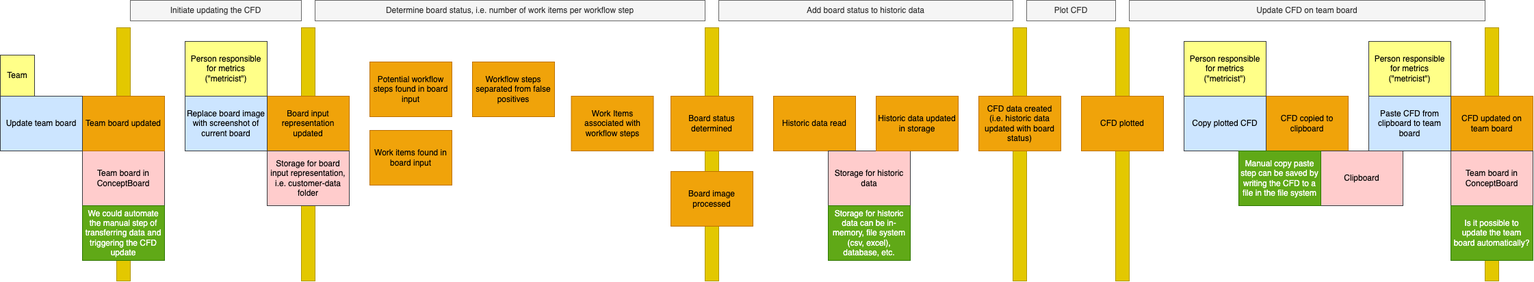
wonderbird/kanban_metrics keeps this draw.io diagram as docs/02_refine_subdomains.png. Above is the earlier version. Source tidied: cells renumbered, new cells last; positions are measured from the earlier drawing's top-left corner, leaving out a move shared by most shapes.
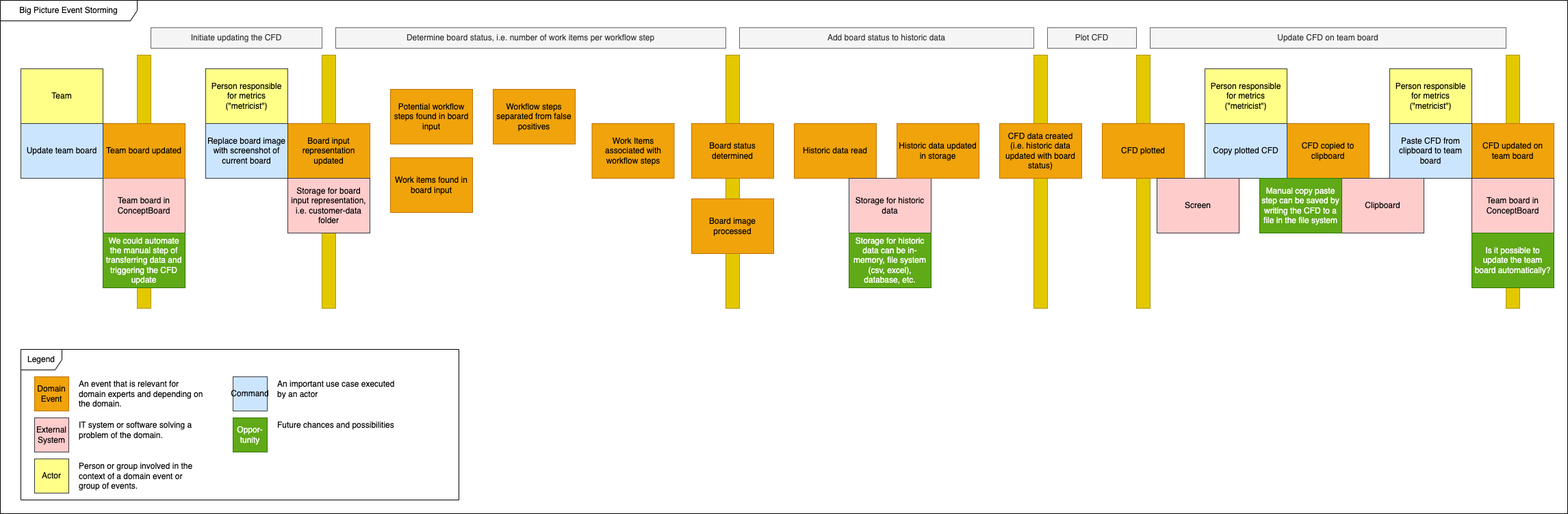
The same diagram one commit later.

Commit message:
docs: refine the big picture event storming

Change to the diagram source:
```diff
@@ -81,7 +81,7 @@
       <mxGeometry x="120" y="140" width="120" height="80" as="geometry" />
     </mxCell>
     <mxCell id="28" value="Team" style="rounded=0;whiteSpace=wrap;html=1;fillColor=#ffff88;strokeColor=#36393d;fontColor=#000000;" parent="1" vertex="1">
-      <mxGeometry y="80" width="50" height="60" as="geometry" />
+      <mxGeometry y="60" width="120" height="80" as="geometry" />
     </mxCell>
     <mxCell id="29" value="Update team board" style="rounded=0;whiteSpace=wrap;html=1;fillColor=#cce5ff;strokeColor=#36393d;fontColor=#000000;" parent="1" vertex="1">
       <mxGeometry y="140" width="120" height="80" as="geometry" />
@@ -128,5 +128,44 @@
     <mxCell id="43" value="Is it possible to update the team board automatically?" style="rounded=0;whiteSpace=wrap;html=1;fillColor=#60a917;strokeColor=#2D7600;fontColor=#ffffff;" parent="1" vertex="1">
       <mxGeometry x="2120" y="300" width="120" height="80" as="geometry" />
     </mxCell>
+    <mxCell id="44" value="Screen" style="rounded=0;whiteSpace=wrap;html=1;fillColor=#ffcccc;strokeColor=#36393d;fontColor=#000000;" parent="1" vertex="1">
+      <mxGeometry x="1660" y="220" width="120" height="80" as="geometry" />
+    </mxCell>
+    <mxCell id="45" value="Legend" style="shape=umlFrame;whiteSpace=wrap;html=1;" parent="1" vertex="1">
+      <mxGeometry y="470" width="640" height="220" as="geometry" />
+    </mxCell>
+    <mxCell id="46" value="Actor" style="rounded=0;whiteSpace=wrap;html=1;fillColor=#ffff88;strokeColor=#36393d;fontColor=#000000;" parent="1" vertex="1">
+      <mxGeometry x="20" y="630" width="50" height="50" as="geometry" />
+    </mxCell>
+    <mxCell id="47" value="Command" style="rounded=0;whiteSpace=wrap;html=1;fillColor=#cce5ff;strokeColor=#36393d;fontColor=#000000;" parent="1" vertex="1">
+      <mxGeometry x="310" y="510" width="50" height="50" as="geometry" />
+    </mxCell>
+    <mxCell id="48" value="Domain Event" style="rounded=0;whiteSpace=wrap;html=1;fillColor=#f0a30a;fontColor=#000000;strokeColor=#BD7000;" parent="1" vertex="1">
+      <mxGeometry x="20" y="510" width="50" height="50" as="geometry" />
+    </mxCell>
+    <mxCell id="49" value="External System" style="rounded=0;whiteSpace=wrap;html=1;fillColor=#ffcccc;strokeColor=#36393d;fontColor=#000000;" parent="1" vertex="1">
+      <mxGeometry x="20" y="570" width="50" height="50" as="geometry" />
+    </mxCell>
+    <mxCell id="50" value="Oppor-tunity" style="rounded=0;whiteSpace=wrap;html=1;fillColor=#60a917;strokeColor=#2D7600;fontColor=#ffffff;" parent="1" vertex="1">
+      <mxGeometry x="310" y="570" width="50" height="50" as="geometry" />
+    </mxCell>
+    <mxCell id="51" value="&lt;br&gt;An event that is relevant for domain experts and depending on the domain." style="text;html=1;strokeColor=none;fillColor=none;spacing=5;spacingTop=-20;whiteSpace=wrap;overflow=hidden;rounded=0;" parent="1" vertex="1">
+      <mxGeometry x="80" y="510" width="190" height="50" as="geometry" />
+    </mxCell>
+    <mxCell id="52" value="&lt;br&gt;IT system or software solving a problem of the domain." style="text;html=1;strokeColor=none;fillColor=none;spacing=5;spacingTop=-20;whiteSpace=wrap;overflow=hidden;rounded=0;" parent="1" vertex="1">
+      <mxGeometry x="80" y="570" width="190" height="50" as="geometry" />
+    </mxCell>
+    <mxCell id="53" value="&lt;br&gt;Person or group involved in the context of a domain event or group of events." style="text;html=1;strokeColor=none;fillColor=none;spacing=5;spacingTop=-20;whiteSpace=wrap;overflow=hidden;rounded=0;" parent="1" vertex="1">
+      <mxGeometry x="80" y="630" width="190" height="50" as="geometry" />
+    </mxCell>
+    <mxCell id="54" value="&lt;br&gt;An important use case executed by an actor" style="text;html=1;strokeColor=none;fillColor=none;spacing=5;spacingTop=-20;whiteSpace=wrap;overflow=hidden;rounded=0;" parent="1" vertex="1">
+      <mxGeometry x="370" y="510" width="190" height="50" as="geometry" />
+    </mxCell>
+    <mxCell id="55" value="&lt;br&gt;Future chances and possibilities" style="text;html=1;strokeColor=none;fillColor=none;spacing=5;spacingTop=-20;whiteSpace=wrap;overflow=hidden;rounded=0;" parent="1" vertex="1">
+      <mxGeometry x="370" y="570" width="190" height="50" as="geometry" />
+    </mxCell>
+    <mxCell id="56" value="Big Picture Event Storming" style="shape=umlFrame;whiteSpace=wrap;html=1;width=200;height=30;" parent="1" vertex="1">
+      <mxGeometry x="-30" y="-40" width="2290" height="750" as="geometry" />
+    </mxCell>
   </root>
 </mxGraphModel>
```
